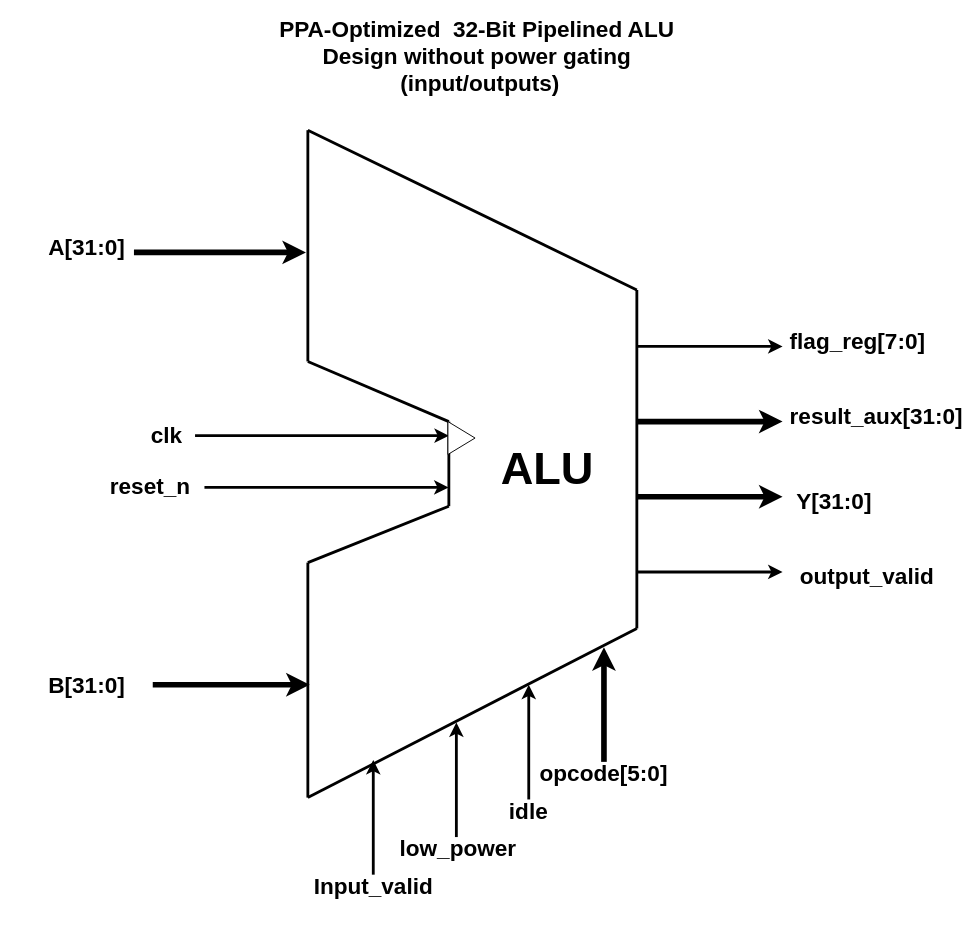
Earlier version of the draw.io diagram documents/alu_simple.drawio (BekiryY/PPA-Optimized-32-bit-Pipelined-ALU-Design). Source tidied: cells renumbered, new cells numbered last; positions are measured from the earlier drawing's top-left corner, leaving out a move shared by most shapes. Both pictures are drawn from the tidied source at 94%, with x=0, y=0 at pixel (16, 17).
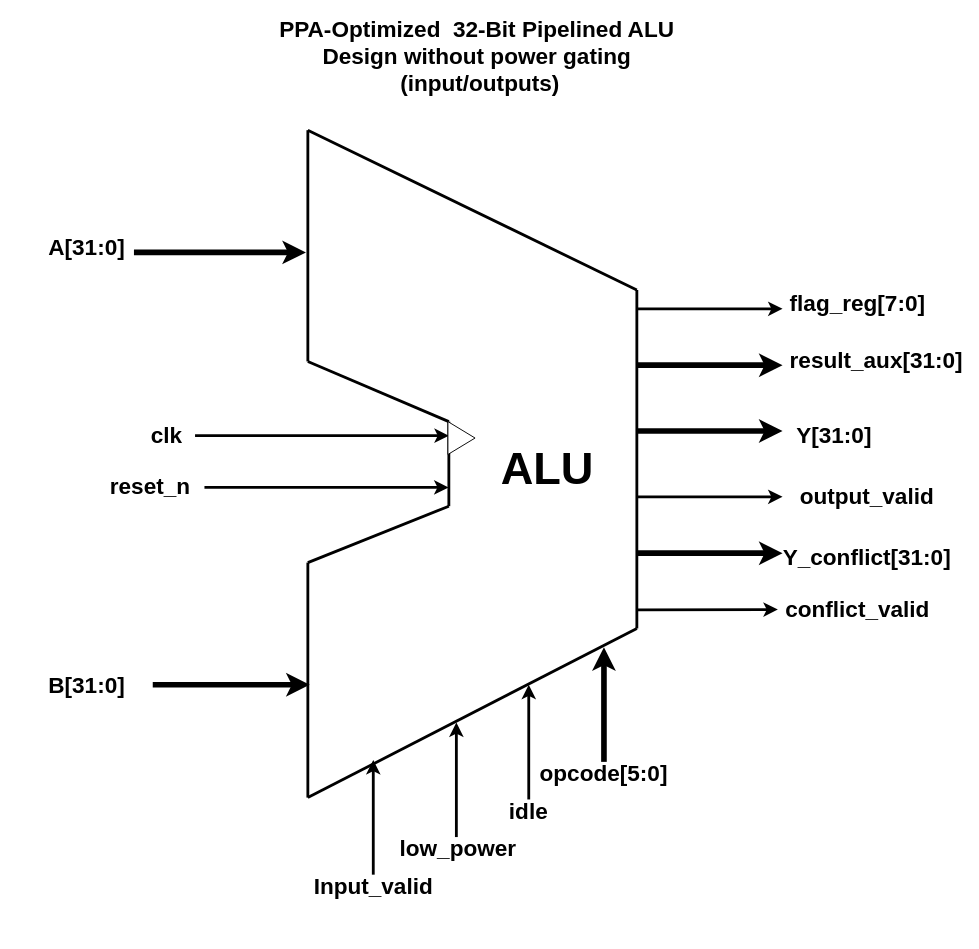
Above is the later version.

The change refers to these unchanged cells:
```xml
<mxCell id="5" style="group;rotation=90;" parent="1" vertex="1">
  <mxGeometry x="130" y="300" width="710" height="640" as="geometry" />
</mxCell>
```

What changed in the source:
```diff
@@
-    <mxCell id="6" style="endArrow=none;html=1;rounded=0;strokeWidth=3;" parent="5" edge="1">
-      <mxGeometry relative="1" as="geometry">
-        <mxPoint x="330" y="220" as="sourcePoint" />
-        <mxPoint x="180" y="280" as="targetPoint" />
-      </mxGeometry>
-    </mxCell>
@@
-    <mxCell id="9" style="endArrow=none;html=1;rounded=0;strokeWidth=3;" parent="5" edge="1">
-      <mxGeometry relative="1" as="geometry">
-        <mxPoint x="530" y="-10" as="sourcePoint" />
-        <mxPoint x="180" y="-180" as="targetPoint" />
-      </mxGeometry>
-    </mxCell>
@@
-    <mxCell id="13" style="endArrow=none;html=1;rounded=0;strokeWidth=3;" parent="5" edge="1">
-      <mxGeometry relative="1" as="geometry">
-        <mxPoint x="530" y="350" as="sourcePoint" />
-        <mxPoint x="530" y="-10" as="targetPoint" />
-      </mxGeometry>
-    </mxCell>
@@
     <mxCell id="18" style="endArrow=classic;html=1;rounded=0;strokeWidth=6;startSize=6;" parent="5" edge="1">
       <mxGeometry relative="1" as="geometry">
-        <mxPoint x="530" y="210" as="sourcePoint" />
-        <mxPoint x="685" y="210" as="targetPoint" />
+        <mxPoint x="530" y="140" as="sourcePoint" />
+        <mxPoint x="685" y="140" as="targetPoint" />
       </mxGeometry>
     </mxCell>
     <mxCell id="19" style="endArrow=classic;html=1;rounded=0;strokeWidth=6;startSize=6;" parent="5" edge="1">
       <mxGeometry relative="1" as="geometry">
-        <mxPoint x="530" y="130" as="sourcePoint" />
-        <mxPoint x="685" y="130" as="targetPoint" />
+        <mxPoint x="530" y="70" as="sourcePoint" />
+        <mxPoint x="685" y="70" as="targetPoint" />
       </mxGeometry>
     </mxCell>
     <mxCell id="20" style="endArrow=classic;html=1;rounded=0;strokeWidth=3;startSize=6;" parent="5" edge="1">
       <mxGeometry relative="1" as="geometry">
-        <mxPoint x="530" y="50" as="sourcePoint" />
-        <mxPoint x="685" y="50" as="targetPoint" />
+        <mxPoint x="530" y="10" as="sourcePoint" />
+        <mxPoint x="685" y="10" as="targetPoint" />
       </mxGeometry>
     </mxCell>
     <mxCell id="21" style="endArrow=classic;html=1;rounded=0;strokeWidth=3;startSize=6;" parent="5" edge="1">
       <mxGeometry relative="1" as="geometry">
-        <mxPoint x="530" y="290" as="sourcePoint" />
-        <mxPoint x="685" y="290" as="targetPoint" />
+        <mxPoint x="530" y="210" as="sourcePoint" />
+        <mxPoint x="685" y="210" as="targetPoint" />
       </mxGeometry>
     </mxCell>
@@
+    <mxCell id="39" style="endArrow=classic;html=1;rounded=0;strokeWidth=3;startSize=6;" parent="5" edge="1">
+      <mxGeometry relative="1" as="geometry">
+        <mxPoint x="530" y="330.3" as="sourcePoint" />
+        <mxPoint x="680" y="330" as="targetPoint" />
+      </mxGeometry>
+    </mxCell>
+    <mxCell id="40" style="group;" parent="5" vertex="1">
+      <mxGeometry x="180" y="-180" width="350" height="530" as="geometry" />
+    </mxCell>
+    <mxCell id="6" style="endArrow=none;html=1;rounded=0;strokeWidth=3;" parent="40" edge="1">
+      <mxGeometry relative="1" as="geometry">
+        <mxPoint x="150" y="400" as="sourcePoint" />
+        <mxPoint y="460" as="targetPoint" />
+      </mxGeometry>
+    </mxCell>
+    <mxCell id="41" style="group;" parent="40" vertex="1">
+      <mxGeometry width="350" height="530" as="geometry" />
+    </mxCell>
+    <mxCell id="9" style="endArrow=none;html=1;rounded=0;strokeWidth=3;" parent="41" edge="1">
+      <mxGeometry relative="1" as="geometry">
+        <mxPoint x="350" y="170" as="sourcePoint" />
+        <mxPoint as="targetPoint" />
+      </mxGeometry>
+    </mxCell>
+    <mxCell id="13" style="endArrow=none;html=1;rounded=0;strokeWidth=3;" parent="41" edge="1">
+      <mxGeometry relative="1" as="geometry">
+        <mxPoint x="350" y="530" as="sourcePoint" />
+        <mxPoint x="350" y="170" as="targetPoint" />
+      </mxGeometry>
+    </mxCell>
+    <mxCell id="42" style="endArrow=classic;html=1;rounded=0;strokeWidth=6;startSize=6;" parent="5" edge="1">
+      <mxGeometry relative="1" as="geometry">
+        <mxPoint x="530" y="270" as="sourcePoint" />
+        <mxPoint x="685" y="270" as="targetPoint" />
+      </mxGeometry>
+    </mxCell>
@@
     <mxCell id="35" value="&lt;font style=&quot;font-size: 24px;&quot;&gt;Y[31:0]&lt;/font&gt;" style="text;html=1;align=center;verticalAlign=middle;whiteSpace=wrap;rounded=0;fontStyle=1;" parent="1" vertex="1">
-      <mxGeometry x="840" y="500" width="60" height="30" as="geometry" />
+      <mxGeometry x="840" y="430" width="60" height="30" as="geometry" />
     </mxCell>
     <mxCell id="36" value="&lt;font style=&quot;font-size: 24px;&quot;&gt;result_aux[31:0]&lt;/font&gt;" style="text;html=1;align=center;verticalAlign=middle;whiteSpace=wrap;rounded=0;fontStyle=1;" parent="1" vertex="1">
-      <mxGeometry x="885" y="410" width="60" height="30" as="geometry" />
+      <mxGeometry x="885" y="350" width="60" height="30" as="geometry" />
     </mxCell>
     <mxCell id="37" value="&lt;font style=&quot;font-size: 24px;&quot;&gt;output_valid&lt;/font&gt;" style="text;html=1;align=center;verticalAlign=middle;whiteSpace=wrap;rounded=0;fontStyle=1;" parent="1" vertex="1">
-      <mxGeometry x="875" y="580" width="60" height="30" as="geometry" />
+      <mxGeometry x="875" y="495" width="60" height="30" as="geometry" />
     </mxCell>
     <mxCell id="38" value="&lt;b&gt;&lt;font style=&quot;font-size: 24px;&quot;&gt;flag_reg[7:0]&lt;/font&gt;&lt;/b&gt;" style="text;html=1;align=center;verticalAlign=middle;whiteSpace=wrap;rounded=0;" parent="1" vertex="1">
-      <mxGeometry x="865" y="330" width="60" height="30" as="geometry" />
+      <mxGeometry x="865" y="290" width="60" height="30" as="geometry" />
     </mxCell>
+    <mxCell id="43" value="&lt;font style=&quot;font-size: 24px;&quot;&gt;Y_conflict[31:0]&lt;/font&gt;" style="text;html=1;align=center;verticalAlign=middle;whiteSpace=wrap;rounded=0;fontStyle=1;" parent="1" vertex="1">
+      <mxGeometry x="875" y="560" width="60" height="30" as="geometry" />
+    </mxCell>
+    <mxCell id="44" value="&lt;font style=&quot;font-size: 24px;&quot;&gt;conflict_valid&lt;/font&gt;" style="text;html=1;align=center;verticalAlign=middle;whiteSpace=wrap;rounded=0;fontStyle=1;" parent="1" vertex="1">
+      <mxGeometry x="865" y="615" width="60" height="30" as="geometry" />
+    </mxCell>
```
